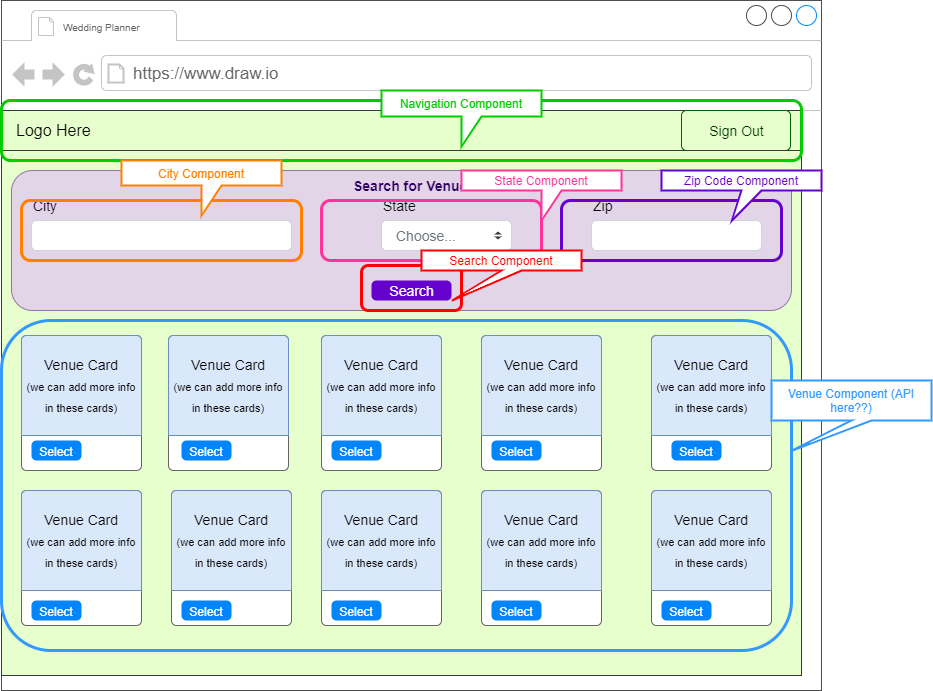
This is readme/imgs/wireframe-venues.png from wedding-planner-app/wedding-planner, a draw.io export, as it was before one commit. Source tidied: cells renumbered, new cells last; positions are measured from the earlier drawing's top-left corner, leaving out a move shared by most shapes.
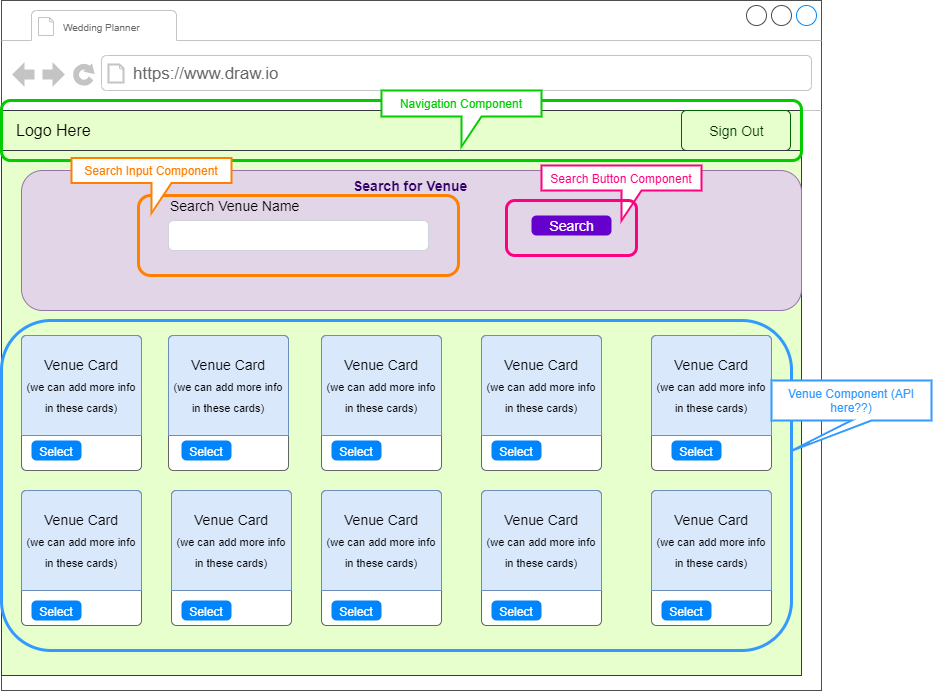
Later version of the same file.

Commit message:
updated venues wireframe

The edit, as a diff of the source:
```diff
@@ -63,41 +63,19 @@
       <mxGeometry y="100" width="800" height="60" as="geometry" />
     </mxCell>
     <mxCell id="22" style="rounded=1;whiteSpace=wrap;html=1;strokeColor=#9673a6;fillColor=#e1d5e7;" parent="2" vertex="1">
-      <mxGeometry x="10" y="170" width="780" height="140" as="geometry" />
+      <mxGeometry x="20" y="170" width="780" height="140" as="geometry" />
     </mxCell>
     <mxCell id="23" value="Search for Venue" style="fillColor=none;strokeColor=none;align=left;fontSize=14;rounded=1;fontStyle=1;fontColor=#330066;" parent="2" vertex="1">
       <mxGeometry x="350" y="170" width="100" height="30" as="geometry" />
     </mxCell>
-    <mxCell id="24" value="State" style="fillColor=none;strokeColor=none;align=left;fontSize=14;rounded=1;" parent="2" vertex="1">
-      <mxGeometry x="380" y="190" width="100" height="30" as="geometry" />
-    </mxCell>
-    <mxCell id="25" value="Choose..." style="html=1;shadow=0;dashed=0;shape=mxgraph.bootstrap.rrect;rSize=5;fillColor=#ffffff;strokeColor=#CED4DA;align=left;spacing=15;fontSize=14;fontColor=#6C767D;rounded=1;" parent="2" vertex="1">
-      <mxGeometry x="380" y="220" width="130" height="30" as="geometry" />
-    </mxCell>
-    <mxCell id="26" style="shape=triangle;direction=south;fillColor=#343A40;strokeColor=none;perimeter=none;" parent="25" vertex="1">
-      <mxGeometry x="1" y="0.5" width="7" height="3" relative="1" as="geometry">
-        <mxPoint x="-17" y="1" as="offset" />
-      </mxGeometry>
-    </mxCell>
-    <mxCell id="27" style="shape=triangle;direction=north;fillColor=#343A40;strokeColor=none;perimeter=none;" parent="25" vertex="1">
-      <mxGeometry x="1" y="0.5" width="7" height="3" relative="1" as="geometry">
-        <mxPoint x="-17" y="-4" as="offset" />
-      </mxGeometry>
-    </mxCell>
-    <mxCell id="28" style="html=1;shadow=0;dashed=0;shape=mxgraph.bootstrap.rrect;rSize=5;fillColor=#ffffff;strokeColor=#CED4DA;align=left;spacing=15;fontSize=14;fontColor=#6C767D;rounded=1;" parent="2" vertex="1">
-      <mxGeometry x="590" y="220" width="170" height="30" as="geometry" />
-    </mxCell>
-    <mxCell id="29" value="Zip" style="fillColor=none;strokeColor=none;align=left;fontSize=14;rounded=1;" parent="2" vertex="1">
-      <mxGeometry x="590" y="190" width="130" height="30" as="geometry" />
-    </mxCell>
     <mxCell id="30" value="Search" style="html=1;shadow=0;dashed=0;shape=mxgraph.bootstrap.rrect;rSize=5;strokeColor=none;align=center;spacing=15;fontSize=14;fontColor=#ffffff;rounded=1;fillColor=#6600CC;" parent="2" vertex="1">
-      <mxGeometry x="370" y="280" width="80" height="20" as="geometry" />
+      <mxGeometry x="530" y="215" width="80" height="20" as="geometry" />
     </mxCell>
-    <mxCell id="31" value="City" style="fillColor=none;strokeColor=none;align=left;fontSize=14;rounded=1;" parent="2" vertex="1">
-      <mxGeometry x="30" y="190" width="100" height="30" as="geometry" />
+    <mxCell id="31" value="Search Venue Name" style="fillColor=none;strokeColor=none;align=left;fontSize=14;rounded=1;" parent="2" vertex="1">
+      <mxGeometry x="167" y="190" width="100" height="30" as="geometry" />
     </mxCell>
     <mxCell id="32" style="html=1;shadow=0;dashed=0;shape=mxgraph.bootstrap.rrect;rSize=5;fillColor=#ffffff;strokeColor=#CED4DA;align=left;spacing=15;fontSize=14;fontColor=#6C767D;rounded=1;" parent="2" vertex="1">
-      <mxGeometry x="30" y="220" width="260" height="30" as="geometry" />
+      <mxGeometry x="167" y="220" width="260" height="30" as="geometry" />
     </mxCell>
     <mxCell id="33" value="&lt;span style=&quot;color: rgba(0 , 0 , 0 , 0) ; font-family: monospace ; font-size: 0px&quot;&gt;%3CmxGraphModel%3E%3Croot%3E%3CmxCell%20id%3D%220%22%2F%3E%3CmxCell%20id%3D%221%22%20parent%3D%220%22%2F%3E%3CmxCell%20id%3D%222%22%20value%3D%22%26lt%3Bfont%20style%3D%26quot%3Bfont-size%3A%2012px%26quot%3B%26gt%3BSelect%26lt%3B%2Ffont%26gt%3B%22%20style%3D%22html%3D1%3Bshadow%3D0%3Bdashed%3D0%3Bshape%3Dmxgraph.bootstrap.rrect%3BrSize%3D5%3BstrokeColor%3Dnone%3BstrokeWidth%3D1%3BfillColor%3D%230085FC%3BfontColor%3D%23FFFFFF%3BwhiteSpace%3Dwrap%3Balign%3Dcenter%3BverticalAlign%3Dmiddle%3BspacingLeft%3D0%3BfontStyle%3D0%3BfontSize%3D16%3Bspacing%3D5%3Brounded%3D1%3B%22%20vertex%3D%221%22%20parent%3D%221%22%3E%3CmxGeometry%20x%3D%2280%22%20y%3D%22490%22%20width%3D%2250%22%20height%3D%2220%22%20as%3D%22geometry%22%2F%3E%3C%2FmxCell%3E%3C%2Froot%3E%3C%2FmxGraphModel%3E&lt;/span&gt;&lt;span style=&quot;color: rgba(0 , 0 , 0 , 0) ; font-family: monospace ; font-size: 0px&quot;&gt;%3CmxGraphModel%3E%3Croot%3E%3CmxCell%20id%3D%220%22%2F%3E%3CmxCell%20id%3D%221%22%20parent%3D%220%22%2F%3E%3CmxCell%20id%3D%222%22%20value%3D%22%26lt%3Bfont%20style%3D%26quot%3Bfont-size%3A%2012px%26quot%3B%26gt%3BSelect%26lt%3B%2Ffont%26gt%3B%22%20style%3D%22html%3D1%3Bshadow%3D0%3Bdashed%3D0%3Bshape%3Dmxgraph.bootstrap.rrect%3BrSize%3D5%3BstrokeColor%3Dnone%3BstrokeWidth%3D1%3BfillColor%3D%230085FC%3BfontColor%3D%23FFFFFF%3BwhiteSpace%3Dwrap%3Balign%3Dcenter%3BverticalAlign%3Dmiddle%3BspacingLeft%3D0%3BfontStyle%3D0%3BfontSize%3D16%3Bspacing%3D5%3Brounded%3D1%3B%22%20vertex%3D%221%22%20parent%3D%221%22%3E%3CmxGeometry%20x%3D%2280%22%20y%3D%22490%22%20width%3D%2250%22%20height%3D%2220%22%20as%3D%22geometry%22%2F%3E%3C%2FmxCell%3E%3C%2Froot%3E%3C%2FmxGraphModel%3E&lt;/span&gt;" style="html=1;shadow=0;dashed=0;shape=mxgraph.bootstrap.rrect;rSize=5;html=1;whiteSpace=wrap;fillColor=#ffffff;fontColor=#000000;verticalAlign=bottom;align=left;spacing=20;spacingBottom=50;fontSize=14;rounded=1;strokeColor=#666666;" parent="2" vertex="1">
       <mxGeometry x="650" y="335" width="120" height="135" as="geometry" />
@@ -189,36 +167,24 @@
     <mxCell id="62" value="&lt;font style=&quot;font-size: 12px&quot;&gt;Select&lt;/font&gt;" style="html=1;shadow=0;dashed=0;shape=mxgraph.bootstrap.rrect;rSize=5;strokeColor=none;strokeWidth=1;fillColor=#0085FC;fontColor=#FFFFFF;whiteSpace=wrap;align=center;verticalAlign=middle;spacingLeft=0;fontStyle=0;fontSize=16;spacing=5;rounded=1;" parent="60" vertex="1">
       <mxGeometry x="10" y="110" width="50" height="20" as="geometry" />
     </mxCell>
-    <mxCell id="63" style="rounded=1;whiteSpace=wrap;html=1;fillColor=none;strokeWidth=3;strokeColor=#FF8000;" parent="2" vertex="1">
-      <mxGeometry x="20" y="200" width="280" height="60" as="geometry" />
-    </mxCell>
-    <mxCell id="64" style="rounded=1;whiteSpace=wrap;html=1;fillColor=none;strokeWidth=3;strokeColor=#FF3399;" parent="2" vertex="1">
-      <mxGeometry x="320" y="200" width="220" height="60" as="geometry" />
-    </mxCell>
-    <mxCell id="65" style="rounded=1;whiteSpace=wrap;html=1;fillColor=none;strokeWidth=3;strokeColor=#6600CC;" parent="2" vertex="1">
-      <mxGeometry x="560" y="200" width="220" height="60" as="geometry" />
-    </mxCell>
-    <mxCell id="66" style="rounded=1;whiteSpace=wrap;html=1;fillColor=none;strokeWidth=3;strokeColor=#FF0000;" parent="2" vertex="1">
-      <mxGeometry x="360" y="265" width="100" height="45" as="geometry" />
-    </mxCell>
     <mxCell id="67" style="rounded=1;whiteSpace=wrap;html=1;fillColor=none;strokeWidth=3;strokeColor=#3399FF;" parent="2" vertex="1">
       <mxGeometry y="320" width="790" height="330" as="geometry" />
     </mxCell>
     <mxCell id="68" value="&lt;font color=&quot;#00cc00&quot;&gt;Navigation Component&lt;/font&gt;" style="shape=callout;whiteSpace=wrap;html=1;perimeter=calloutPerimeter;rounded=0;fontColor=#330066;strokeWidth=2;strokeColor=#00CC00;" parent="2" vertex="1">
       <mxGeometry x="380" y="90" width="160" height="56" as="geometry" />
     </mxCell>
+    <mxCell id="63" style="rounded=1;whiteSpace=wrap;html=1;fillColor=none;strokeWidth=3;strokeColor=#FF8000;" parent="2" vertex="1">
+      <mxGeometry x="137" y="195" width="320" height="80" as="geometry" />
+    </mxCell>
-    <mxCell id="69" value="&lt;font color=&quot;#ff8000&quot;&gt;City Component&lt;/font&gt;" style="shape=callout;whiteSpace=wrap;html=1;perimeter=calloutPerimeter;rounded=0;fontColor=#330066;strokeWidth=2;strokeColor=#FF8000;" parent="2" vertex="1">
-      <mxGeometry x="120" y="160" width="160" height="55" as="geometry" />
+    <mxCell id="69" value="&lt;font color=&quot;#ff8000&quot;&gt;Search Input Component&lt;/font&gt;" style="shape=callout;whiteSpace=wrap;html=1;perimeter=calloutPerimeter;rounded=0;fontColor=#330066;strokeWidth=2;strokeColor=#FF8000;" parent="2" vertex="1">
+      <mxGeometry x="70" y="157.5" width="160" height="55" as="geometry" />
     </mxCell>
-    <mxCell id="70" value="&lt;font color=&quot;#ff3399&quot;&gt;State Component&lt;/font&gt;" style="shape=callout;whiteSpace=wrap;html=1;perimeter=calloutPerimeter;rounded=0;fontColor=#330066;strokeWidth=2;strokeColor=#FF3399;" parent="2" vertex="1">
-      <mxGeometry x="460" y="170" width="160" height="50" as="geometry" />
-    </mxCell>
-    <mxCell id="71" value="&lt;font color=&quot;#6600cc&quot;&gt;Zip Code Component&lt;/font&gt;" style="shape=callout;whiteSpace=wrap;html=1;perimeter=calloutPerimeter;rounded=0;fontColor=#330066;strokeWidth=2;position2=0.44;strokeColor=#6600CC;" parent="2" vertex="1">
-      <mxGeometry x="660" y="170" width="160" height="50" as="geometry" />
-    </mxCell>
-    <mxCell id="72" value="&lt;font color=&quot;#ff0000&quot;&gt;Search Component&lt;/font&gt;" style="shape=callout;whiteSpace=wrap;html=1;perimeter=calloutPerimeter;rounded=0;fontColor=#330066;strokeWidth=2;position2=0.19;strokeColor=#FF0000;" parent="2" vertex="1">
-      <mxGeometry x="420" y="250" width="160" height="50" as="geometry" />
-    </mxCell>
+    <mxCell id="74" value="&lt;font color=&quot;#ff0080&quot;&gt;Search Button Component&lt;/font&gt;" style="shape=callout;whiteSpace=wrap;html=1;perimeter=calloutPerimeter;rounded=0;fontColor=#330066;strokeWidth=2;strokeColor=#FF0080;" parent="2" vertex="1">
+      <mxGeometry x="540" y="165" width="160" height="55" as="geometry" />
+    </mxCell>
+    <mxCell id="75" style="rounded=1;whiteSpace=wrap;html=1;fillColor=none;strokeWidth=3;strokeColor=#FF0080;" parent="2" vertex="1">
+      <mxGeometry x="505" y="200" width="130" height="55" as="geometry" />
+    </mxCell>
     <mxCell id="73" value="&lt;font color=&quot;#3399ff&quot;&gt;Venue Component (API here??)&lt;/font&gt;" style="shape=callout;whiteSpace=wrap;html=1;perimeter=calloutPerimeter;rounded=0;fontColor=#330066;strokeWidth=2;position2=0.13;strokeColor=#3399FF;" parent="1" vertex="1">
       <mxGeometry x="770" y="380" width="160" height="70" as="geometry" />
     </mxCell>
```
